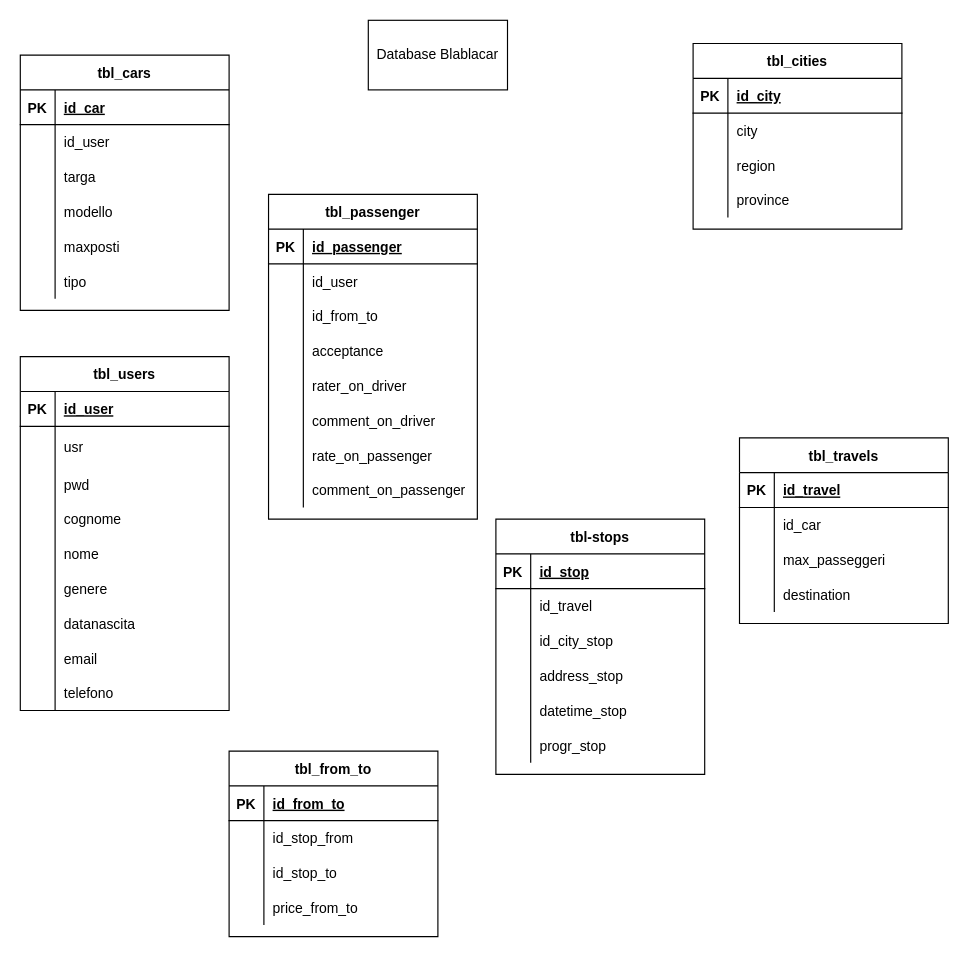
Before: blablacar.drawio in andreabesso/andreabesso, a draw.io diagram. Source tidied: cells renumbered, new cells numbered last; positions are measured from the earlier drawing's top-left corner, leaving out a move shared by most shapes. Both pictures are drawn from the tidied source at 116%, with x=0, y=0 at pixel (20, 20).
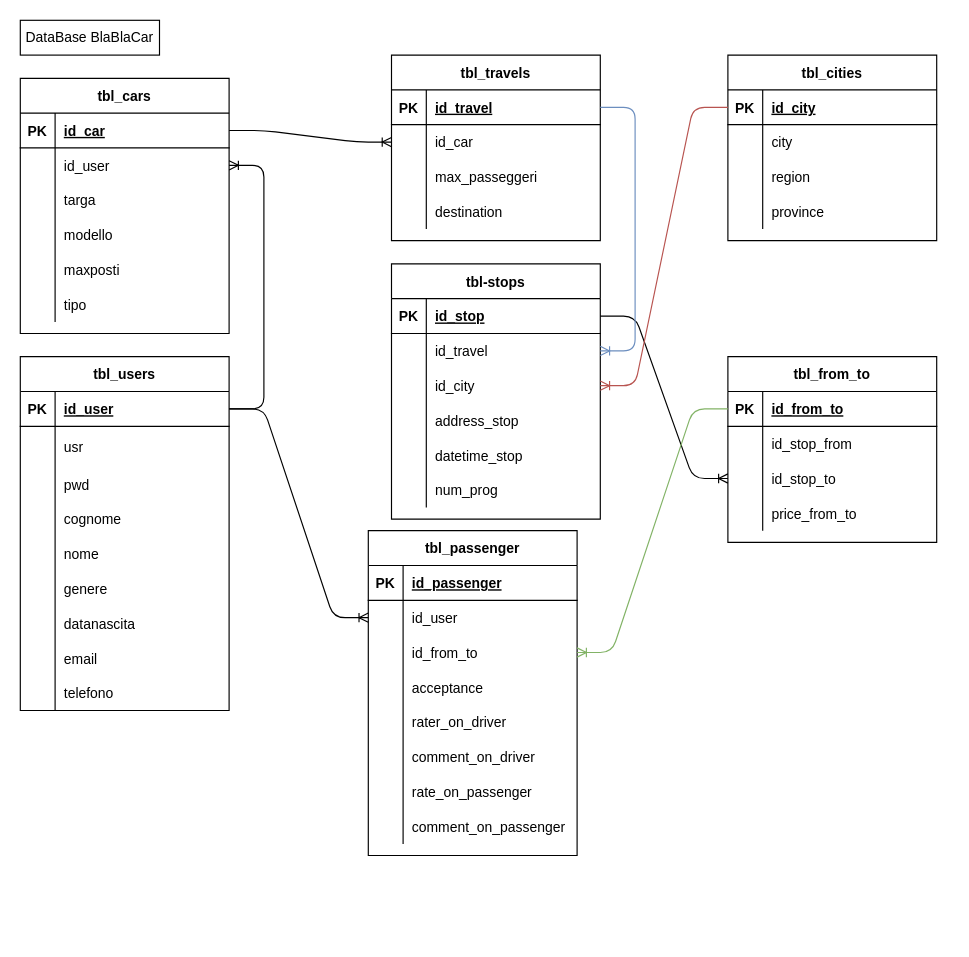
After the change.

The change refers to these unchanged cells:
```xml
<mxCell id="3" style="shape=partialRectangle;fillColor=none;top=0;left=0;bottom=1;right=0;points=[[0,0.5],[1,0.5]];portConstraint=eastwest;" parent="2" vertex="1">
  <mxGeometry y="30" width="180" height="30" as="geometry" />
</mxCell>
<mxCell id="31" style="shape=partialRectangle;fillColor=none;top=0;left=0;bottom=1;right=0;points=[[0,0.5],[1,0.5]];portConstraint=eastwest;" parent="30" vertex="1">
  <mxGeometry y="30" width="180" height="30" as="geometry" />
</mxCell>
<mxCell id="34" style="shape=partialRectangle;fillColor=none;top=0;left=0;bottom=0;right=0;points=[[0,0.5],[1,0.5]];portConstraint=eastwest;" parent="30" vertex="1">
  <mxGeometry y="60" width="180" height="30" as="geometry" />
</mxCell>
<mxCell id="50" style="shape=partialRectangle;fillColor=none;top=0;left=0;bottom=1;right=0;points=[[0,0.5],[1,0.5]];portConstraint=eastwest;" parent="49" vertex="1">
  <mxGeometry y="30" width="180" height="30" as="geometry" />
</mxCell>
<mxCell id="66" style="shape=partialRectangle;fillColor=none;top=0;left=0;bottom=0;right=0;points=[[0,0.5],[1,0.5]];portConstraint=eastwest;" parent="62" vertex="1">
  <mxGeometry y="60" width="180" height="30" as="geometry" />
</mxCell>
<mxCell id="69" style="shape=partialRectangle;fillColor=none;top=0;left=0;bottom=0;right=0;points=[[0,0.5],[1,0.5]];portConstraint=eastwest;" parent="62" vertex="1">
  <mxGeometry y="90" width="180" height="30" as="geometry" />
</mxCell>
<mxCell id="89" style="shape=partialRectangle;fillColor=none;top=0;left=0;bottom=1;right=0;points=[[0,0.5],[1,0.5]];portConstraint=eastwest;" parent="88" vertex="1">
  <mxGeometry y="30" width="180" height="30" as="geometry" />
</mxCell>
<mxCell id="92" style="shape=partialRectangle;fillColor=none;top=0;left=0;bottom=0;right=0;points=[[0,0.5],[1,0.5]];portConstraint=eastwest;" parent="88" vertex="1">
  <mxGeometry y="60" width="180" height="30" as="geometry" />
</mxCell>
<mxCell id="95" style="shape=partialRectangle;fillColor=none;top=0;left=0;bottom=0;right=0;points=[[0,0.5],[1,0.5]];portConstraint=eastwest;" parent="88" vertex="1">
  <mxGeometry y="90" width="180" height="30" as="geometry" />
</mxCell>
<mxCell id="104" style="shape=partialRectangle;fillColor=none;top=0;left=0;bottom=0;right=0;" parent="88" vertex="1">
  <mxGeometry y="180" width="180" height="30" as="geometry" />
</mxCell>
<mxCell id="108" style="shape=partialRectangle;fillColor=none;top=0;left=0;bottom=1;right=0;points=[[0,0.5],[1,0.5]];portConstraint=eastwest;" parent="107" vertex="1">
  <mxGeometry y="30" width="180" height="30" as="geometry" />
</mxCell>
<mxCell id="111" style="shape=partialRectangle;fillColor=none;top=0;left=0;bottom=0;right=0;points=[[0,0.5],[1,0.5]];portConstraint=eastwest;" parent="107" vertex="1">
  <mxGeometry y="60" width="180" height="30" as="geometry" />
</mxCell>
<mxCell id="121" style="shape=partialRectangle;fillColor=none;top=0;left=0;bottom=1;right=0;points=[[0,0.5],[1,0.5]];portConstraint=eastwest;" parent="120" vertex="1">
  <mxGeometry y="30" width="180" height="30" as="geometry" />
</mxCell>
<mxCell id="127" style="shape=partialRectangle;fillColor=none;top=0;left=0;bottom=0;right=0;points=[[0,0.5],[1,0.5]];portConstraint=eastwest;" parent="120" vertex="1">
  <mxGeometry y="90" width="180" height="30" as="geometry" />
</mxCell>
```

Change to the diagram source:
```diff
@@
     <mxCell id="30" value="tbl_cars" style="shape=table;startSize=30;childLayout=tableLayout;rowLines=0;fontStyle=1;align=center;" parent="1" vertex="1">
-      <mxGeometry y="30" width="180" height="220" as="geometry" />
+      <mxGeometry y="50" width="180" height="220" as="geometry" />
     </mxCell>
@@
     <mxCell id="49" value="tbl_cities" style="shape=table;startSize=30;childLayout=tableLayout;rowLines=0;fontStyle=1;align=center;" parent="1" vertex="1">
-      <mxGeometry x="580" y="20" width="180" height="160" as="geometry" />
+      <mxGeometry x="610" y="30" width="180" height="160" as="geometry" />
     </mxCell>
@@
     <mxCell id="62" value="tbl_passenger" style="shape=table;startSize=30;childLayout=tableLayout;rowLines=0;fontStyle=1;align=center;" parent="1" vertex="1">
-      <mxGeometry x="214" y="150" width="180" height="280" as="geometry" />
+      <mxGeometry x="300" y="440" width="180" height="280" as="geometry" />
     </mxCell>
@@
-    <mxCell id="87" value="Database Blablacar" style="rounded=0;whiteSpace=wrap;html=1;" parent="1" vertex="1">
-      <mxGeometry x="300" width="120" height="60" as="geometry" />
-    </mxCell>
     <mxCell id="88" value="tbl-stops" style="shape=table;startSize=30;childLayout=tableLayout;rowLines=0;fontStyle=1;align=center;" parent="1" vertex="1">
-      <mxGeometry x="410" y="430" width="180" height="220" as="geometry" />
+      <mxGeometry x="320" y="210" width="180" height="220" as="geometry" />
     </mxCell>
@@
-    <mxCell id="97" value="id_city_stop" style="shape=partialRectangle;fillColor=none;top=0;left=0;bottom=0;right=0;align=left;spacingLeft=6;overflow=hidden;" parent="95" vertex="1">
+    <mxCell id="97" value="id_city" style="shape=partialRectangle;fillColor=none;top=0;left=0;bottom=0;right=0;align=left;spacingLeft=6;overflow=hidden;" parent="95" vertex="1">
       <mxGeometry x="30" width="150" height="30" as="geometry" />
     </mxCell>
@@
-    <mxCell id="106" value="progr_stop" style="shape=partialRectangle;fillColor=none;top=0;left=0;bottom=0;right=0;align=left;spacingLeft=6;overflow=hidden;" parent="104" vertex="1">
+    <mxCell id="106" value="num_prog" style="shape=partialRectangle;fillColor=none;top=0;left=0;bottom=0;right=0;align=left;spacingLeft=6;overflow=hidden;" parent="104" vertex="1">
       <mxGeometry x="30" width="150" height="30" as="geometry" />
     </mxCell>
     <mxCell id="107" value="tbl_travels" style="shape=table;startSize=30;childLayout=tableLayout;rowLines=0;fontStyle=1;align=center;" parent="1" vertex="1">
-      <mxGeometry x="620" y="360" width="180" height="160" as="geometry" />
+      <mxGeometry x="320" y="30" width="180" height="160" as="geometry" />
     </mxCell>
@@
     <mxCell id="120" value="tbl_from_to" style="shape=table;startSize=30;childLayout=tableLayout;rowLines=0;fontStyle=1;align=center;" parent="1" vertex="1">
-      <mxGeometry x="180" y="630" width="180" height="160" as="geometry" />
+      <mxGeometry x="610" y="290" width="180" height="160" as="geometry" />
     </mxCell>
@@
+    <mxCell id="133" style="edgeStyle=entityRelationEdgeStyle;fontSize=12;html=1;endArrow=ERoneToMany;exitX=1;exitY=0.5;exitDx=0;exitDy=0;entryX=1;entryY=0.5;entryDx=0;entryDy=0;" parent="1" edge="1" source="3" target="34">
+      <mxGeometry relative="1" as="geometry" />
+    </mxCell>
+    <mxCell id="134" style="edgeStyle=entityRelationEdgeStyle;fontSize=12;html=1;endArrow=ERoneToMany;entryX=0;entryY=0.5;entryDx=0;entryDy=0;" parent="1" edge="1" source="31" target="111">
+      <mxGeometry relative="1" as="geometry" />
+    </mxCell>
+    <mxCell id="135" style="edgeStyle=entityRelationEdgeStyle;fontSize=12;html=1;endArrow=ERoneToMany;exitX=1;exitY=0.5;exitDx=0;exitDy=0;" parent="1" edge="1" source="89" target="127">
+      <mxGeometry relative="1" as="geometry" />
+    </mxCell>
+    <mxCell id="136" style="edgeStyle=entityRelationEdgeStyle;fontSize=12;html=1;endArrow=ERoneToMany;exitX=1;exitY=0.5;exitDx=0;exitDy=0;entryX=0;entryY=0.5;entryDx=0;entryDy=0;" parent="1" edge="1" source="3" target="66">
+      <mxGeometry relative="1" as="geometry" />
+    </mxCell>
+    <mxCell id="137" style="edgeStyle=entityRelationEdgeStyle;fontSize=12;html=1;endArrow=ERoneToMany;exitX=0;exitY=0.5;exitDx=0;exitDy=0;entryX=1;entryY=0.5;entryDx=0;entryDy=0;fillColor=#f8cecc;strokeColor=#b85450;" parent="1" edge="1" source="50" target="95">
+      <mxGeometry relative="1" as="geometry" />
+    </mxCell>
+    <mxCell id="138" style="edgeStyle=entityRelationEdgeStyle;fontSize=12;html=1;endArrow=ERoneToMany;exitX=0;exitY=0.5;exitDx=0;exitDy=0;entryX=1;entryY=0.5;entryDx=0;entryDy=0;gradientColor=#97d077;fillColor=#d5e8d4;strokeColor=#82b366;" parent="1" edge="1" source="121" target="69">
+      <mxGeometry relative="1" as="geometry" />
+    </mxCell>
+    <mxCell id="139" style="edgeStyle=entityRelationEdgeStyle;fontSize=12;html=1;endArrow=ERoneToMany;entryX=1;entryY=0.5;entryDx=0;entryDy=0;exitX=1;exitY=0.5;exitDx=0;exitDy=0;fillColor=#dae8fc;strokeColor=#6c8ebf;" parent="1" edge="1" source="108" target="92">
+      <mxGeometry relative="1" as="geometry" />
+    </mxCell>
+    <mxCell id="140" value="DataBase BlaBlaCar" style="whiteSpace=wrap;html=1;" parent="1" vertex="1">
+      <mxGeometry width="120" height="30" as="geometry" />
+    </mxCell>
```
